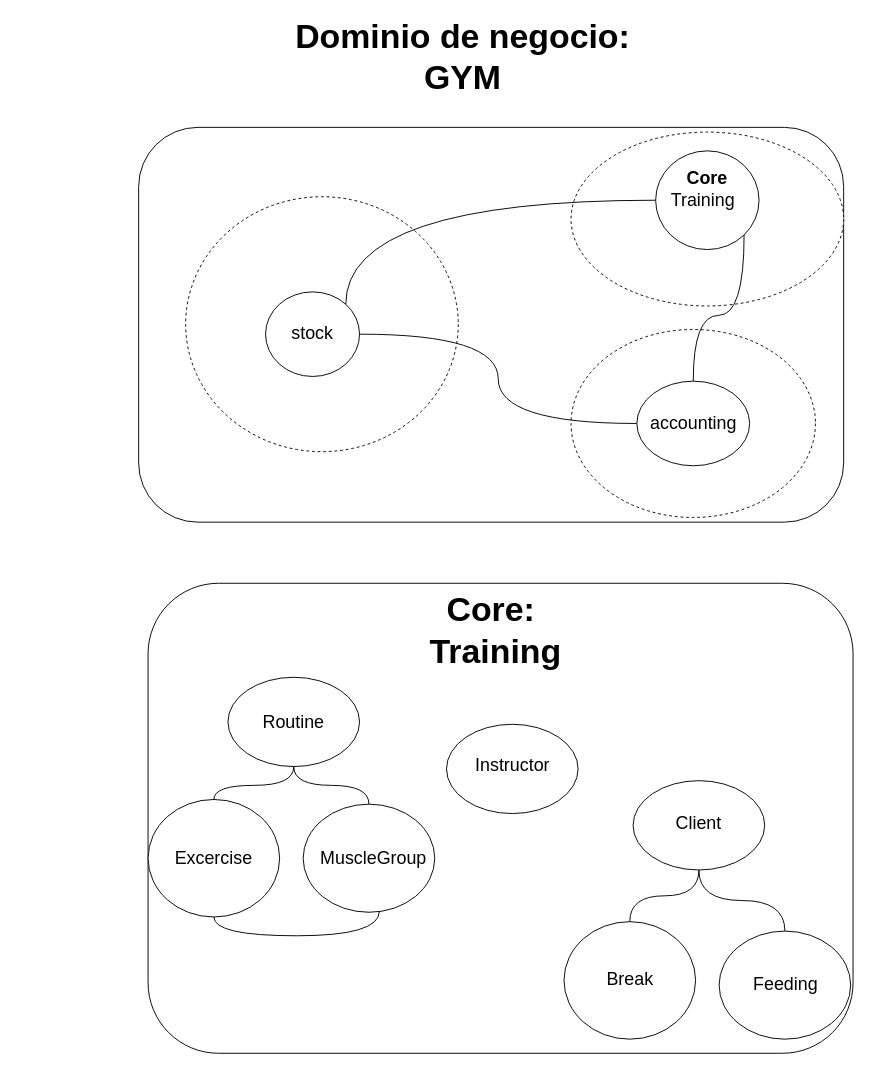
Ruiz16-17/Sofka_DDD_Big_Picture_ModelamientoDominio keeps this draw.io diagram as page "Analisis" (1 of 3) of BigPictureGym.drawio. Above is the earlier version. Source tidied: cells renumbered, new cells numbered last; positions are measured from the earlier drawing's top-left corner, leaving out a move shared by most shapes. Both pictures are drawn from the tidied source at 94%, with x=0, y=0 at pixel (138, 19).
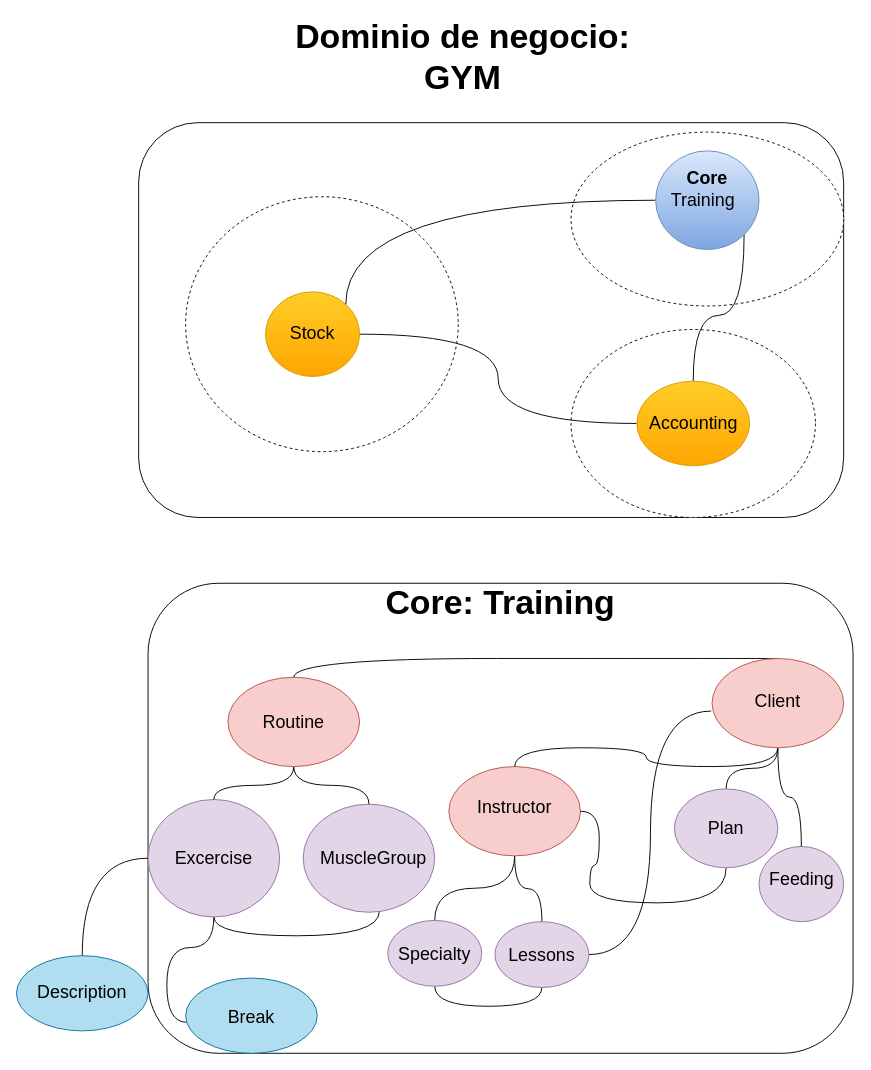
Above is the later version.

Diff of the diagram source:
```diff
@@
     <mxCell id="2" style="rounded=1;whiteSpace=wrap;html=1;" parent="1" vertex="1">
-      <mxGeometry y="115" width="750" height="420" as="geometry" />
+      <mxGeometry y="110" width="750" height="420" as="geometry" />
     </mxCell>
@@
-    <mxCell id="8" style="ellipse;whiteSpace=wrap;html=1;fontFamily=Helvetica;" parent="1" vertex="1">
+    <mxCell id="8" style="ellipse;whiteSpace=wrap;html=1;fontFamily=Helvetica;gradientColor=#ffa500;fillColor=#ffcd28;strokeColor=#d79b00;" parent="1" vertex="1">
       <mxGeometry x="135" y="290" width="100" height="90" as="geometry" />
     </mxCell>
@@
-    <mxCell id="10" style="ellipse;whiteSpace=wrap;html=1;" parent="1" vertex="1">
+    <mxCell id="10" style="ellipse;whiteSpace=wrap;html=1;gradientColor=#ffa500;fillColor=#ffcd28;strokeColor=#d79b00;" parent="1" vertex="1">
       <mxGeometry x="530" y="385" width="120" height="90" as="geometry" />
     </mxCell>
@@
-    <mxCell id="12" style="ellipse;whiteSpace=wrap;html=1;" parent="1" vertex="1">
+    <mxCell id="12" style="ellipse;whiteSpace=wrap;html=1;gradientColor=#7ea6e0;fillColor=#dae8fc;strokeColor=#6c8ebf;" parent="1" vertex="1">
       <mxGeometry x="550" y="140" width="110" height="105" as="geometry" />
     </mxCell>
@@
-    <mxCell id="14" value="&lt;span style=&quot;font-size: 36px&quot;&gt;&lt;b&gt;Core:&lt;br&gt;&amp;nbsp;Training&lt;/b&gt;&lt;/span&gt;" style="text;html=1;strokeColor=none;fillColor=none;align=center;verticalAlign=middle;whiteSpace=wrap;rounded=0;" parent="1" vertex="1">
-      <mxGeometry x="290" y="610" width="170" height="80" as="geometry" />
+    <mxCell id="14" value="&lt;span style=&quot;font-size: 36px&quot;&gt;&lt;b&gt;Core: Training&lt;/b&gt;&lt;/span&gt;" style="text;html=1;strokeColor=none;fillColor=none;align=center;verticalAlign=middle;whiteSpace=wrap;rounded=0;" parent="1" vertex="1">
+      <mxGeometry x="220" y="580" width="330" height="80" as="geometry" />
     </mxCell>
@@
-    <mxCell id="16" value="stock" style="text;html=1;strokeColor=none;fillColor=none;align=center;verticalAlign=middle;whiteSpace=wrap;rounded=0;fontFamily=Helvetica;fontSize=19;" parent="1" vertex="1">
+    <mxCell id="16" value="Stock" style="text;html=1;strokeColor=none;fillColor=none;align=center;verticalAlign=middle;whiteSpace=wrap;rounded=0;fontFamily=Helvetica;fontSize=19;" parent="1" vertex="1">
       <mxGeometry x="165" y="325" width="40" height="20" as="geometry" />
     </mxCell>
@@
+    <mxCell id="38" style="edgeStyle=orthogonalEdgeStyle;curved=1;rounded=0;jettySize=auto;html=1;entryX=0.007;entryY=0.588;entryDx=0;entryDy=0;entryPerimeter=0;endArrow=none;endFill=0;" parent="1" edge="1" source="19" target="27">
+      <mxGeometry relative="1" as="geometry" />
+    </mxCell>
-    <mxCell id="19" style="ellipse;whiteSpace=wrap;html=1;fontFamily=Helvetica;" parent="1" vertex="1">
+    <mxCell id="19" style="ellipse;whiteSpace=wrap;html=1;fontFamily=Helvetica;fillColor=#e1d5e7;strokeColor=#9673a6;" parent="1" vertex="1">
       <mxGeometry x="10" y="830" width="140" height="125" as="geometry" />
     </mxCell>
@@
-    <mxCell id="21" style="ellipse;whiteSpace=wrap;html=1;fontFamily=Helvetica;" parent="1" vertex="1">
+    <mxCell id="21" style="ellipse;whiteSpace=wrap;html=1;fontFamily=Helvetica;fillColor=#e1d5e7;strokeColor=#9673a6;" parent="1" vertex="1">
       <mxGeometry x="175" y="835" width="140" height="115" as="geometry" />
     </mxCell>
@@
-    <mxCell id="25" style="ellipse;whiteSpace=wrap;html=1;fontFamily=Helvetica;" parent="1" vertex="1">
+    <mxCell id="25" style="ellipse;whiteSpace=wrap;html=1;fontFamily=Helvetica;fillColor=#f8cecc;strokeColor=#b85450;" parent="1" vertex="1">
       <mxGeometry x="95" y="700" width="140" height="95" as="geometry" />
     </mxCell>
@@
-    <mxCell id="27" style="ellipse;whiteSpace=wrap;html=1;fontFamily=Helvetica;" parent="1" vertex="1">
-      <mxGeometry x="452.5" y="960" width="140" height="125" as="geometry" />
+    <mxCell id="27" style="ellipse;whiteSpace=wrap;html=1;fontFamily=Helvetica;fillColor=#b1ddf0;strokeColor=#10739e;" parent="1" vertex="1">
+      <mxGeometry x="50" y="1020" width="140" height="80" as="geometry" />
     </mxCell>
     <mxCell id="28" value="Break" style="text;html=1;strokeColor=none;fillColor=none;align=center;verticalAlign=middle;whiteSpace=wrap;rounded=0;fontFamily=Helvetica;fontSize=19;" parent="1" vertex="1">
-      <mxGeometry x="467.5" y="1008.7" width="110" height="27.5" as="geometry" />
+      <mxGeometry x="65" y="1048.7" width="110" height="27.5" as="geometry" />
     </mxCell>
-    <mxCell id="29" style="ellipse;whiteSpace=wrap;html=1;fontFamily=Helvetica;" parent="1" vertex="1">
-      <mxGeometry x="617.5" y="970" width="140" height="115" as="geometry" />
+    <mxCell id="29" style="ellipse;whiteSpace=wrap;html=1;fontFamily=Helvetica;fillColor=#e1d5e7;strokeColor=#9673a6;" parent="1" vertex="1">
+      <mxGeometry x="660" y="880" width="90" height="80" as="geometry" />
     </mxCell>
     <mxCell id="30" value="Feeding" style="text;html=1;strokeColor=none;fillColor=none;align=center;verticalAlign=middle;whiteSpace=wrap;rounded=0;fontFamily=Helvetica;fontSize=19;" parent="1" vertex="1">
-      <mxGeometry x="631" y="1013.7" width="115" height="27.5" as="geometry" />
+      <mxGeometry x="647.5" y="902.5" width="115" height="27.5" as="geometry" />
     </mxCell>
+    <mxCell id="39" style="edgeStyle=orthogonalEdgeStyle;curved=1;rounded=0;jettySize=auto;html=1;entryX=0.5;entryY=0;entryDx=0;entryDy=0;endArrow=none;endFill=0;" parent="1" edge="1" source="31" target="48">
+      <mxGeometry relative="1" as="geometry" />
+    </mxCell>
+    <mxCell id="40" style="edgeStyle=orthogonalEdgeStyle;curved=1;rounded=0;jettySize=auto;html=1;entryX=0.5;entryY=0;entryDx=0;entryDy=0;endArrow=none;endFill=0;" parent="1" edge="1" source="31" target="51">
+      <mxGeometry relative="1" as="geometry" />
+    </mxCell>
-    <mxCell id="31" style="ellipse;whiteSpace=wrap;html=1;fontFamily=Helvetica;" parent="1" vertex="1">
-      <mxGeometry x="327.5" y="750" width="140" height="95" as="geometry" />
+    <mxCell id="31" style="ellipse;whiteSpace=wrap;html=1;fontFamily=Helvetica;fillColor=#f8cecc;strokeColor=#b85450;" parent="1" vertex="1">
+      <mxGeometry x="330" y="795" width="140" height="95" as="geometry" />
     </mxCell>
+    <mxCell id="41" style="edgeStyle=orthogonalEdgeStyle;curved=1;rounded=0;jettySize=auto;html=1;endArrow=none;endFill=0;exitX=0.5;exitY=0;exitDx=0;exitDy=0;" parent="1" edge="1" source="31" target="36">
+      <mxGeometry relative="1" as="geometry" />
+    </mxCell>
     <mxCell id="32" value="Instructor" style="text;html=1;strokeColor=none;fillColor=none;align=center;verticalAlign=middle;whiteSpace=wrap;rounded=0;fontFamily=Helvetica;fontSize=19;" parent="1" vertex="1">
-      <mxGeometry x="342.5" y="773.8" width="110" height="41.2" as="geometry" />
+      <mxGeometry x="345" y="818.8" width="110" height="41.2" as="geometry" />
     </mxCell>
-    <mxCell id="33" value="accounting" style="text;html=1;strokeColor=none;fillColor=none;align=center;verticalAlign=middle;whiteSpace=wrap;rounded=0;fontFamily=Helvetica;fontSize=19;" parent="1" vertex="1">
+    <mxCell id="33" value="Accounting" style="text;html=1;strokeColor=none;fillColor=none;align=center;verticalAlign=middle;whiteSpace=wrap;rounded=0;fontFamily=Helvetica;fontSize=19;" parent="1" vertex="1">
       <mxGeometry x="543.5" y="420" width="93" height="20" as="geometry" />
     </mxCell>
-    <mxCell id="34" style="edgeStyle=orthogonalEdgeStyle;rounded=0;jettySize=auto;html=1;endArrow=none;endFill=0;curved=1;" parent="1" edge="1" source="36" target="27">
-      <mxGeometry relative="1" as="geometry" />
-    </mxCell>
@@
+    <mxCell id="42" style="edgeStyle=orthogonalEdgeStyle;curved=1;rounded=0;jettySize=auto;html=1;endArrow=none;endFill=0;" parent="1" edge="1" source="36" target="45">
+      <mxGeometry relative="1" as="geometry" />
+    </mxCell>
+    <mxCell id="43" style="edgeStyle=orthogonalEdgeStyle;curved=1;rounded=0;jettySize=auto;html=1;entryX=0.5;entryY=0;entryDx=0;entryDy=0;endArrow=none;endFill=0;" parent="1" edge="1" source="36" target="25">
+      <mxGeometry relative="1" as="geometry">
+        <Array as="points">
+          <mxPoint x="596" y="680" />
+          <mxPoint x="165" y="680" />
+        </Array>
+      </mxGeometry>
+    </mxCell>
-    <mxCell id="36" style="ellipse;whiteSpace=wrap;html=1;fontFamily=Helvetica;" parent="1" vertex="1">
-      <mxGeometry x="526" y="810" width="140" height="95" as="geometry" />
+    <mxCell id="36" style="ellipse;whiteSpace=wrap;html=1;fontFamily=Helvetica;fillColor=#f8cecc;strokeColor=#b85450;" parent="1" vertex="1">
+      <mxGeometry x="610" y="680" width="140" height="95" as="geometry" />
     </mxCell>
     <mxCell id="37" value="Client" style="text;html=1;strokeColor=none;fillColor=none;align=center;verticalAlign=middle;whiteSpace=wrap;rounded=0;fontFamily=Helvetica;fontSize=19;" parent="1" vertex="1">
-      <mxGeometry x="541" y="835" width="110" height="41.2" as="geometry" />
+      <mxGeometry x="625" y="705" width="110" height="41.2" as="geometry" />
     </mxCell>
+    <mxCell id="44" style="edgeStyle=orthogonalEdgeStyle;curved=1;rounded=0;jettySize=auto;html=1;entryX=1;entryY=0.5;entryDx=0;entryDy=0;endArrow=none;endFill=0;" parent="1" edge="1" source="45" target="31">
+      <mxGeometry relative="1" as="geometry">
+        <Array as="points">
+          <mxPoint x="625" y="940" />
+          <mxPoint x="480" y="940" />
+          <mxPoint x="480" y="900" />
+          <mxPoint x="490" y="900" />
+          <mxPoint x="490" y="843" />
+        </Array>
+      </mxGeometry>
+    </mxCell>
+    <mxCell id="45" style="ellipse;whiteSpace=wrap;html=1;fontFamily=Helvetica;fillColor=#e1d5e7;strokeColor=#9673a6;" parent="1" vertex="1">
+      <mxGeometry x="570" y="818.8" width="110" height="83.8" as="geometry" />
+    </mxCell>
+    <mxCell id="46" value="Plan" style="text;html=1;strokeColor=none;fillColor=none;align=center;verticalAlign=middle;whiteSpace=wrap;rounded=0;fontFamily=Helvetica;fontSize=19;" parent="1" vertex="1">
+      <mxGeometry x="570" y="846.9" width="110" height="27.5" as="geometry" />
+    </mxCell>
+    <mxCell id="47" style="edgeStyle=orthogonalEdgeStyle;curved=1;rounded=0;jettySize=auto;html=1;entryX=0.5;entryY=1;entryDx=0;entryDy=0;endArrow=none;endFill=0;exitX=0.5;exitY=1;exitDx=0;exitDy=0;" parent="1" edge="1" source="48" target="51">
+      <mxGeometry relative="1" as="geometry" />
+    </mxCell>
+    <mxCell id="48" style="ellipse;whiteSpace=wrap;html=1;fontFamily=Helvetica;fillColor=#e1d5e7;strokeColor=#9673a6;" parent="1" vertex="1">
+      <mxGeometry x="265" y="958.7" width="100" height="70" as="geometry" />
+    </mxCell>
+    <mxCell id="49" value="Specialty" style="text;html=1;strokeColor=none;fillColor=none;align=center;verticalAlign=middle;whiteSpace=wrap;rounded=0;fontFamily=Helvetica;fontSize=19;" parent="1" vertex="1">
+      <mxGeometry x="260" y="981.2" width="110" height="27.5" as="geometry" />
+    </mxCell>
+    <mxCell id="50" style="edgeStyle=orthogonalEdgeStyle;curved=1;rounded=0;jettySize=auto;html=1;entryX=-0.007;entryY=0.589;entryDx=0;entryDy=0;entryPerimeter=0;endArrow=none;endFill=0;" parent="1" edge="1" source="51" target="36">
+      <mxGeometry relative="1" as="geometry" />
+    </mxCell>
+    <mxCell id="51" style="ellipse;whiteSpace=wrap;html=1;fontFamily=Helvetica;fillColor=#e1d5e7;strokeColor=#9673a6;" parent="1" vertex="1">
+      <mxGeometry x="379" y="960" width="100" height="70" as="geometry" />
+    </mxCell>
+    <mxCell id="52" value="Lessons" style="text;html=1;strokeColor=none;fillColor=none;align=center;verticalAlign=middle;whiteSpace=wrap;rounded=0;fontFamily=Helvetica;fontSize=19;" parent="1" vertex="1">
+      <mxGeometry x="374" y="982.5" width="110" height="27.5" as="geometry" />
+    </mxCell>
+    <mxCell id="53" style="edgeStyle=orthogonalEdgeStyle;curved=1;rounded=0;jettySize=auto;html=1;entryX=0;entryY=0.5;entryDx=0;entryDy=0;endArrow=none;endFill=0;" parent="1" edge="1" source="54" target="19">
+      <mxGeometry relative="1" as="geometry" />
+    </mxCell>
+    <mxCell id="54" style="ellipse;whiteSpace=wrap;html=1;fontFamily=Helvetica;fillColor=#b1ddf0;strokeColor=#10739e;" parent="1" vertex="1">
+      <mxGeometry x="-130" y="996.2" width="140" height="80" as="geometry" />
+    </mxCell>
+    <mxCell id="55" value="Description" style="text;html=1;strokeColor=none;fillColor=none;align=center;verticalAlign=middle;whiteSpace=wrap;rounded=0;fontFamily=Helvetica;fontSize=19;" parent="1" vertex="1">
+      <mxGeometry x="-115" y="1022.5" width="110" height="27.5" as="geometry" />
+    </mxCell>
```
